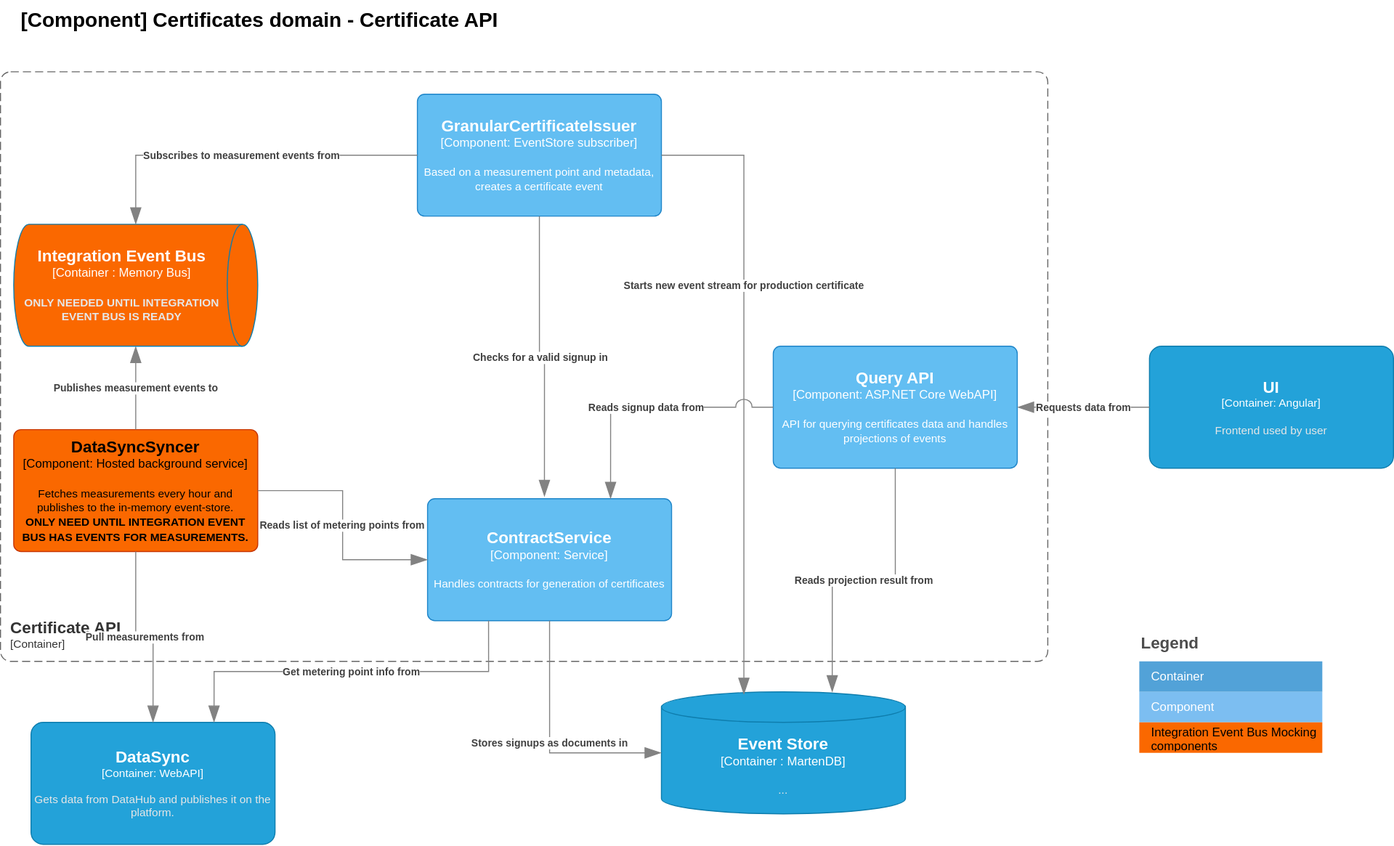
The draw.io diagram doc/architecture/diagrams/certificates.current.component.certificate.api.drawio.svg in Energinet-DataHub/energy-origin, before a commit. Source tidied: cells renumbered, new cells last; positions are measured from the earlier drawing's top-left corner, leaving out a move shared by most shapes.
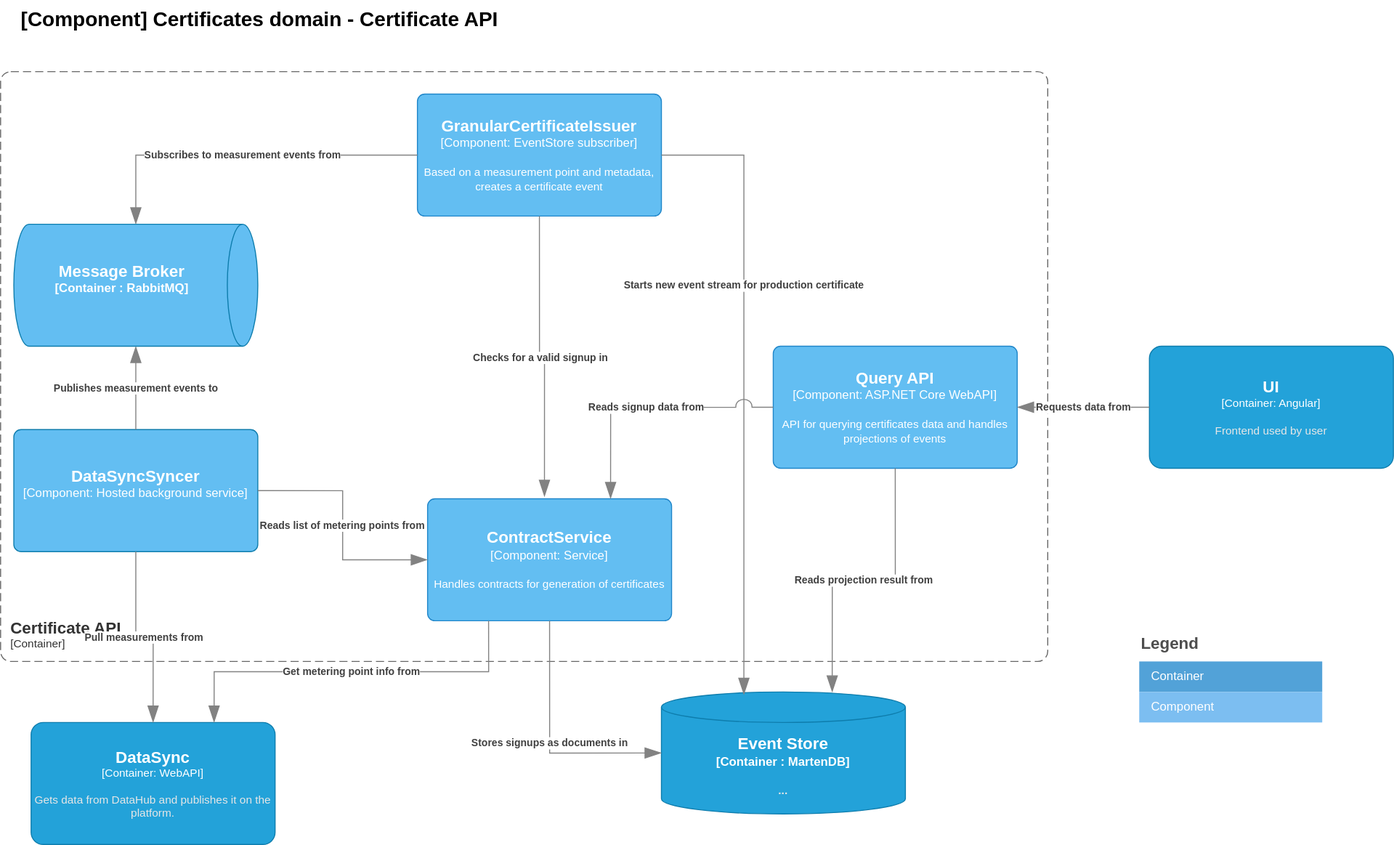
The same diagram one commit later.

Commit message:
Update of c4 diagram (current component certificate)

Diff of the diagram source:
```diff
@@ -7,8 +7,8 @@
         <mxGeometry y="70" width="1030" height="580" as="geometry" />
       </mxCell>
     </object>
-    <object id="3" label="&lt;font style=&quot;font-size: 16px&quot;&gt;&lt;b&gt;%c4Name%&lt;/b&gt;&lt;/font&gt;&lt;div&gt;[%c4Type%: %c4Technology%]&lt;/div&gt;&lt;br&gt;&lt;div&gt;&lt;font style=&quot;font-size: 11px&quot;&gt;%c4Description%&lt;/font&gt;&lt;/div&gt;" c4Description="Fetches measurements every hour and publishes to the in-memory event-store.&#10;&lt;b&gt;ONLY NEED UNTIL INTEGRATION EVENT BUS HAS EVENTS FOR MEASUREMENTS.&lt;/b&gt;" c4Name="DataSyncSyncer" c4Technology="Hosted background service" c4Type="Component" placeholders="1">
-      <mxCell style="rounded=1;whiteSpace=wrap;html=1;labelBackgroundColor=none;fillColor=#fa6800;align=center;arcSize=6;strokeColor=#C73500;points=[[0.25,0,0],[0.5,0,0],[0.75,0,0],[1,0.25,0],[1,0.5,0],[1,0.75,0],[0.75,1,0],[0.5,1,0],[0.25,1,0],[0,0.75,0],[0,0.5,0],[0,0.25,0]];fontColor=#000000;" parent="1" vertex="1">
+    <object id="3" label="&lt;font style=&quot;font-size: 16px&quot;&gt;&lt;b&gt;%c4Name%&lt;/b&gt;&lt;/font&gt;&lt;div&gt;[%c4Type%: %c4Technology%]&lt;/div&gt;&lt;br&gt;&lt;div&gt;&lt;font style=&quot;font-size: 11px&quot;&gt;%c4Description%&lt;/font&gt;&lt;/div&gt;" c4Description="" c4Name="DataSyncSyncer" c4Technology="Hosted background service" c4Type="Component" placeholders="1">
+      <mxCell style="rounded=1;whiteSpace=wrap;html=1;labelBackgroundColor=none;fillColor=#63BEF2;align=center;arcSize=6;strokeColor=#0E7DAD;points=[[0.25,0,0],[0.5,0,0],[0.75,0,0],[1,0.25,0],[1,0.5,0],[1,0.75,0],[0.75,1,0],[0.5,1,0],[0.25,1,0],[0,0.75,0],[0,0.5,0],[0,0.25,0]];fontColor=#FFFFFF;" parent="1" vertex="1">
         <mxGeometry x="13" y="422" width="240" height="120" as="geometry" />
       </mxCell>
     </object>
@@ -71,7 +71,7 @@
       <mxGeometry x="1120" y="620" width="180" height="30" as="geometry" />
     </mxCell>
     <mxCell id="15" style="shape=table;html=1;whiteSpace=wrap;startSize=0;fillColor=none;align=left;spacingLeft=10;strokeColor=none;rounded=1;arcSize=11;fontColor=#FFFFFF;" parent="1" vertex="1">
-      <mxGeometry x="1120" y="650" width="180" height="90" as="geometry" />
+      <mxGeometry x="1120" y="650" width="180" height="60" as="geometry" />
     </mxCell>
     <mxCell id="16" value="Container" style="shape=partialRectangle;html=1;whiteSpace=wrap;fillColor=#52A2D8;top=0;left=0;bottom=0;right=0;overflow=hidden;align=left;spacingLeft=10;fontColor=#FFFFFF;strokeColor=#2086C9;" parent="15" vertex="1">
       <mxGeometry width="180" height="30" as="geometry" />
@@ -79,9 +79,6 @@
     <mxCell id="17" value="Component" style="shape=partialRectangle;html=1;whiteSpace=wrap;fillColor=#7CBEF1;top=0;left=0;bottom=0;right=0;overflow=hidden;align=left;spacingLeft=10;fontColor=#FFFFFF;strokeColor=#2086C9;" parent="15" vertex="1">
       <mxGeometry y="30" width="180" height="30" as="geometry" />
     </mxCell>
-    <mxCell id="18" value="&lt;span style=&quot;color: rgb(0 , 0 , 0)&quot;&gt;Integration Event Bus Mocking components&lt;/span&gt;" style="shape=partialRectangle;html=1;whiteSpace=wrap;fillColor=#fa6800;top=0;left=0;bottom=0;right=0;overflow=hidden;align=left;spacingLeft=10;fontColor=#000000;strokeColor=#C73500;" parent="15" vertex="1">
-      <mxGeometry y="60" width="180" height="30" as="geometry" />
-    </mxCell>
     <object id="19" label="&lt;font style=&quot;font-size: 16px&quot;&gt;&lt;b&gt;%c4Name%&lt;/b&gt;&lt;/font&gt;&lt;div&gt;[%c4Type%: %c4Technology%]&lt;/div&gt;&lt;br&gt;&lt;div&gt;&lt;font style=&quot;font-size: 11px&quot;&gt;%c4Description%&lt;/font&gt;&lt;/div&gt;" c4Description="API for querying certificates data and handles projections of events" c4Name="Query API" c4Technology="ASP.NET Core WebAPI" c4Type="Component" placeholders="1">
       <mxCell style="rounded=1;whiteSpace=wrap;html=1;labelBackgroundColor=none;fillColor=#63BEF2;fontColor=#ffffff;align=center;arcSize=6;strokeColor=#2086C9;points=[[0.25,0,0],[0.5,0,0],[0.75,0,0],[1,0.25,0],[1,0.5,0],[1,0.75,0],[0.75,1,0],[0.5,1,0],[0.25,1,0],[0,0.75,0],[0,0.5,0],[0,0.25,0]];" parent="1" vertex="1">
         <mxGeometry x="760" y="340" width="240" height="120" as="geometry" />
@@ -102,8 +99,8 @@
         <mxGeometry relative="1" as="geometry" />
       </mxCell>
     </object>
-    <object id="23" label="&lt;font style=&quot;font-size: 16px&quot;&gt;&lt;b&gt;%c4Type%&lt;/font&gt;&lt;div&gt;[%c4Container%:&amp;nbsp;%c4Technology%]&lt;/div&gt;&lt;br&gt;&lt;div&gt;&lt;font style=&quot;font-size: 11px&quot;&gt;&lt;font color=&quot;#E6E6E6&quot;&gt;%c4Description%&lt;/font&gt;&lt;/div&gt;" c4Container="Container " c4Description="&lt;b&gt;ONLY NEEDED UNTIL INTEGRATION EVENT BUS IS READY&lt;/b&gt;" c4Technology="Memory Bus" c4Type="Integration Event Bus" placeholders="1">
-      <mxCell style="shape=cylinder3;size=15;direction=south;whiteSpace=wrap;html=1;boundedLbl=1;rounded=0;labelBackgroundColor=none;fillColor=#FA6800;fontSize=12;fontColor=#ffffff;align=center;strokeColor=#0E7DAD;points=[[0.5,0,0],[1,0.25,0],[1,0.5,0],[1,0.75,0],[0.5,1,0],[0,0.75,0],[0,0.5,0],[0,0.25,0]];" parent="1" vertex="1">
+    <object id="23" label="&lt;font style=&quot;font-size: 16px&quot;&gt;&lt;b&gt;%c4Type%&lt;/font&gt;&lt;div&gt;[%c4Container%:&amp;nbsp;%c4Technology%]&lt;/div&gt;&lt;br&gt;&lt;div&gt;&lt;font style=&quot;font-size: 11px&quot;&gt;&lt;font color=&quot;#E6E6E6&quot;&gt;%c4Description%&lt;/font&gt;&lt;/div&gt;" c4Container="Container " c4Description="" c4Technology="RabbitMQ" c4Type="Message Broker" placeholders="1">
+      <mxCell style="shape=cylinder3;size=15;direction=south;whiteSpace=wrap;html=1;boundedLbl=1;rounded=0;labelBackgroundColor=none;fillColor=#63BEF2;fontSize=12;fontColor=#ffffff;align=center;strokeColor=#0E7DAD;points=[[0.5,0,0],[1,0.25,0],[1,0.5,0],[1,0.75,0],[0.5,1,0],[0,0.75,0],[0,0.5,0],[0,0.25,0]];" parent="1" vertex="1">
         <mxGeometry x="13" y="220" width="240" height="120" as="geometry" />
       </mxCell>
     </object>
```
